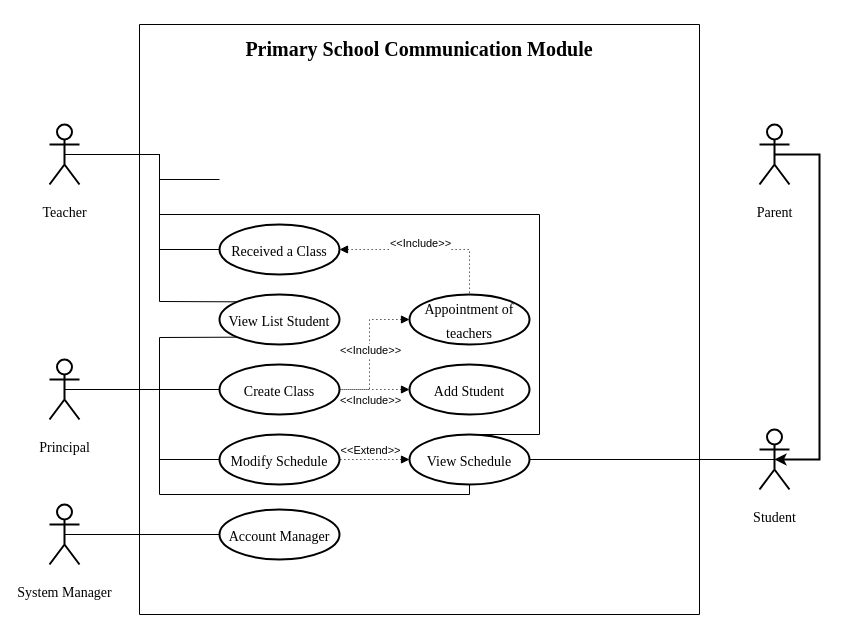
Earlier version of the draw.io diagram public/UseCase.drawio (it-TranKhaiHoang/soa-final-project). Source tidied: cells renumbered, new cells numbered last; positions are measured from the earlier drawing's top-left corner, leaving out a move shared by most shapes. Both pictures are drawn from the tidied source at 100%, with x=0, y=0 at pixel (49, 24).
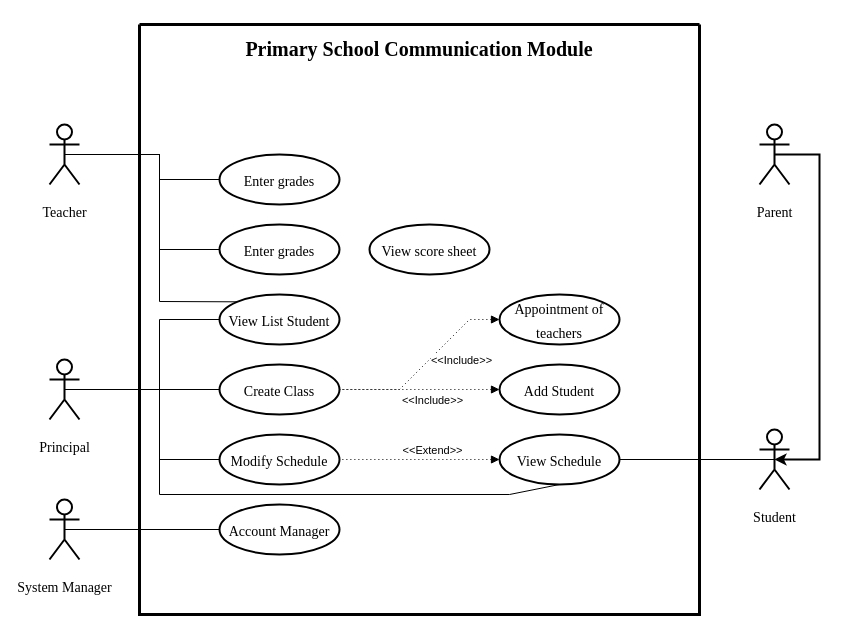
The same page after the edit.

Commit message:
Cập nhật UseCase.drawio

The change refers to these unchanged cells:
```xml
<mxCell id="5" value="&lt;font face=&quot;Times New Roman&quot;&gt;&lt;span style=&quot;font-size: 14px;&quot;&gt;Create Class&lt;/span&gt;&lt;/font&gt;" style="ellipse;whiteSpace=wrap;html=1;hachureGap=4;fontFamily=Architects Daughter;fontSize=20;shadow=0;strokeWidth=2;rounded=0;fillColor=none;" parent="2" vertex="1">
  <mxGeometry x="80" y="340" width="120" height="50" as="geometry" />
</mxCell>
<mxCell id="7" style="endArrow=none;dashed=1;html=1;dashPattern=1 3;strokeWidth=1;rounded=0;exitX=0;exitY=0.5;exitDx=0;exitDy=0;entryX=1;entryY=0.5;entryDx=0;entryDy=0;startArrow=block;startFill=1;" parent="2" edge="1" source="6" target="5">
  <mxGeometry relative="1" as="geometry" />
</mxCell>
<mxCell id="15" style="endArrow=none;dashed=1;html=1;dashPattern=1 3;strokeWidth=1;rounded=0;exitX=0;exitY=0.5;exitDx=0;exitDy=0;startArrow=block;startFill=1;entryX=1;entryY=0.5;entryDx=0;entryDy=0;" parent="2" edge="1" source="13" target="12">
  <mxGeometry relative="1" as="geometry" />
</mxCell>
<mxCell id="19" value="&lt;font face=&quot;Times New Roman&quot;&gt;&lt;span style=&quot;font-size: 14px;&quot;&gt;View List Student&lt;/span&gt;&lt;/font&gt;" style="ellipse;whiteSpace=wrap;html=1;hachureGap=4;fontFamily=Architects Daughter;fontSize=20;shadow=0;strokeWidth=2;rounded=0;fillColor=none;" parent="2" vertex="1">
  <mxGeometry x="80" y="270" width="120" height="50" as="geometry" />
</mxCell>
<mxCell id="20" value="&lt;p style=&quot;line-height: 0%;&quot;&gt;&lt;font style=&quot;font-size: 14px;&quot; face=&quot;Times New Roman&quot;&gt;Teacher&lt;/font&gt;&lt;/p&gt;" style="shape=umlActor;verticalLabelPosition=bottom;verticalAlign=top;html=1;outlineConnect=0;hachureGap=4;fontFamily=Architects Daughter;fontSize=20;strokeWidth=2;rounded=0;" parent="1" vertex="1">
  <mxGeometry y="100" width="30" height="60" as="geometry" />
</mxCell>
<mxCell id="24" value="&lt;p style=&quot;line-height: 0%;&quot;&gt;&lt;font style=&quot;font-size: 14px;&quot; face=&quot;Times New Roman&quot;&gt;Principal&lt;/font&gt;&lt;br&gt;&lt;/p&gt;" style="shape=umlActor;verticalLabelPosition=bottom;verticalAlign=top;html=1;outlineConnect=0;hachureGap=4;fontFamily=Architects Daughter;fontSize=20;strokeWidth=2;rounded=0;gradientColor=none;perimeterSpacing=0;" parent="1" vertex="1">
  <mxGeometry y="335" width="30" height="60" as="geometry" />
</mxCell>
```

The edit, as a diff of the source:
```diff
@@
-    <mxCell id="2" style="swimlane;startSize=0;hachureGap=4;fontFamily=Architects Daughter;fontSize=20;rounded=0;swimlaneLine=0;" parent="1" vertex="1">
+    <mxCell id="2" style="swimlane;startSize=0;hachureGap=4;fontFamily=Architects Daughter;fontSize=20;rounded=0;swimlaneLine=0;strokeWidth=3;" parent="1" vertex="1">
       <mxGeometry x="90" width="560" height="590" as="geometry" />
     </mxCell>
     <mxCell id="3" value="&lt;font face=&quot;Times New Roman&quot;&gt;&lt;span style=&quot;font-size: 14px;&quot;&gt;Account Manager&lt;/span&gt;&lt;/font&gt;" style="ellipse;whiteSpace=wrap;html=1;hachureGap=4;fontFamily=Architects Daughter;fontSize=20;shadow=0;strokeWidth=2;rounded=0;fillColor=none;" parent="2" vertex="1">
-      <mxGeometry x="80" y="485" width="120" height="50" as="geometry" />
+      <mxGeometry x="80" y="480" width="120" height="50" as="geometry" />
     </mxCell>
@@
     <mxCell id="6" value="&lt;font face=&quot;Times New Roman&quot;&gt;&lt;span style=&quot;font-size: 14px;&quot;&gt;Add Student&lt;/span&gt;&lt;/font&gt;" style="ellipse;whiteSpace=wrap;html=1;hachureGap=4;fontFamily=Architects Daughter;fontSize=20;shadow=0;strokeWidth=2;rounded=0;fillColor=none;" parent="2" vertex="1">
-      <mxGeometry x="270" y="340" width="120" height="50" as="geometry" />
+      <mxGeometry x="360" y="340" width="120" height="50" as="geometry" />
     </mxCell>
@@
-    <mxCell id="8" value="&amp;lt;&amp;lt;Include&amp;gt;&amp;gt;" style="edgeLabel;html=1;align=center;verticalAlign=middle;" parent="7" vertex="1">
+    <mxCell id="8" value="&amp;lt;&amp;lt;Include&amp;gt;&amp;gt;" style="edgeLabel;html=1;align=center;verticalAlign=middle;rounded=0;" parent="7" vertex="1">
       <mxGeometry x="-0.37" y="-1" relative="1" as="geometry">
         <mxPoint x="-18" y="11" as="offset" />
       </mxGeometry>
     </mxCell>
     <mxCell id="9" value="&lt;font face=&quot;Times New Roman&quot; style=&quot;font-size: 14px;&quot;&gt;Appointment of teachers&lt;/font&gt;" style="ellipse;whiteSpace=wrap;html=1;hachureGap=4;fontFamily=Architects Daughter;fontSize=20;shadow=0;strokeWidth=2;rounded=0;fillColor=none;" parent="2" vertex="1">
-      <mxGeometry x="270" y="270" width="120" height="50" as="geometry" />
+      <mxGeometry x="360" y="270" width="120" height="50" as="geometry" />
     </mxCell>
     <mxCell id="10" style="endArrow=none;dashed=1;html=1;dashPattern=1 3;strokeWidth=1;rounded=0;exitX=0;exitY=0.5;exitDx=0;exitDy=0;entryX=1;entryY=0.5;entryDx=0;entryDy=0;startArrow=block;startFill=1;" parent="2" edge="1" source="9" target="5">
       <mxGeometry relative="1" as="geometry">
         <Array as="points">
-          <mxPoint x="230" y="295" />
-          <mxPoint x="230" y="365" />
+          <mxPoint x="330" y="295" />
+          <mxPoint x="260" y="365" />
         </Array>
       </mxGeometry>
     </mxCell>
-    <mxCell id="11" value="&amp;lt;&amp;lt;Include&amp;gt;&amp;gt;" style="edgeLabel;html=1;align=center;verticalAlign=middle;" parent="10" vertex="1">
+    <mxCell id="11" value="&amp;lt;&amp;lt;Include&amp;gt;&amp;gt;" style="edgeLabel;html=1;align=center;verticalAlign=middle;rounded=0;" parent="10" vertex="1">
       <mxGeometry x="-0.37" y="-1" relative="1" as="geometry">
-        <mxPoint x="1" y="26" as="offset" />
+        <mxPoint x="13" y="20" as="offset" />
       </mxGeometry>
     </mxCell>
@@
     <mxCell id="13" value="&lt;font style=&quot;font-size: 14px;&quot; face=&quot;Times New Roman&quot;&gt;View Schedule&lt;/font&gt;" style="ellipse;whiteSpace=wrap;html=1;hachureGap=4;fontFamily=Architects Daughter;fontSize=20;shadow=0;strokeWidth=2;rounded=0;fillColor=none;align=center;" parent="2" vertex="1">
-      <mxGeometry x="270" y="410" width="120" height="50" as="geometry" />
+      <mxGeometry x="360" y="410" width="120" height="50" as="geometry" />
     </mxCell>
-    <mxCell id="14" value="&lt;font style=&quot;font-size: 14px;&quot; face=&quot;Times New Roman&quot;&gt;Received a Class&lt;/font&gt;" style="ellipse;whiteSpace=wrap;html=1;hachureGap=4;fontFamily=Architects Daughter;fontSize=20;shadow=0;strokeWidth=2;rounded=0;fillColor=none;align=center;" parent="2" vertex="1">
+    <mxCell id="14" value="&lt;font style=&quot;font-size: 14px;&quot; face=&quot;Times New Roman&quot;&gt;Enter grades&lt;/font&gt;" style="ellipse;whiteSpace=wrap;html=1;hachureGap=4;fontFamily=Architects Daughter;fontSize=20;shadow=0;strokeWidth=2;rounded=0;fillColor=none;align=center;" parent="2" vertex="1">
       <mxGeometry x="80" y="200" width="120" height="50" as="geometry" />
     </mxCell>
@@
-    <mxCell id="16" value="&amp;lt;&amp;lt;Extend&amp;gt;&amp;gt;" style="edgeLabel;html=1;align=center;verticalAlign=middle;" parent="15" vertex="1">
+    <mxCell id="16" value="&amp;lt;&amp;lt;Extend&amp;gt;&amp;gt;" style="edgeLabel;html=1;align=center;verticalAlign=middle;rounded=0;" parent="15" vertex="1">
       <mxGeometry x="-0.37" y="-1" relative="1" as="geometry">
         <mxPoint x="-18" y="-9" as="offset" />
       </mxGeometry>
     </mxCell>
-    <mxCell id="17" style="endArrow=none;dashed=1;html=1;dashPattern=1 3;strokeWidth=1;rounded=0;exitX=1;exitY=0.5;exitDx=0;exitDy=0;entryX=0.5;entryY=0;entryDx=0;entryDy=0;startArrow=block;startFill=1;" parent="2" edge="1" source="14" target="9">
-      <mxGeometry relative="1" as="geometry">
-        <Array as="points">
-          <mxPoint x="330" y="225" />
-        </Array>
-      </mxGeometry>
-    </mxCell>
-    <mxCell id="18" value="&amp;lt;&amp;lt;Include&amp;gt;&amp;gt;" style="edgeLabel;html=1;align=center;verticalAlign=middle;" parent="17" vertex="1">
-      <mxGeometry x="-0.37" y="-1" relative="1" as="geometry">
-        <mxPoint x="25" y="-8" as="offset" />
-      </mxGeometry>
-    </mxCell>
@@
+    <mxCell id="36" value="&lt;font style=&quot;font-size: 14px;&quot; face=&quot;Times New Roman&quot;&gt;View score sheet&lt;/font&gt;" style="ellipse;whiteSpace=wrap;html=1;hachureGap=4;fontFamily=Architects Daughter;fontSize=20;shadow=0;strokeWidth=2;rounded=0;fillColor=none;align=center;" parent="2" vertex="1">
+      <mxGeometry x="230" y="200" width="120" height="50" as="geometry" />
+    </mxCell>
+    <mxCell id="37" value="&lt;font style=&quot;font-size: 14px;&quot; face=&quot;Times New Roman&quot;&gt;Enter grades&lt;/font&gt;" style="ellipse;whiteSpace=wrap;html=1;hachureGap=4;fontFamily=Architects Daughter;fontSize=20;shadow=0;strokeWidth=2;rounded=0;fillColor=none;align=center;" parent="2" vertex="1">
+      <mxGeometry x="80" y="130" width="120" height="50" as="geometry" />
+    </mxCell>
@@
     <mxCell id="23" value="&lt;p style=&quot;line-height: 0%;&quot;&gt;&lt;font style=&quot;font-size: 14px;&quot; face=&quot;Times New Roman&quot;&gt;System Manager&lt;/font&gt;&lt;/p&gt;" style="shape=umlActor;verticalLabelPosition=bottom;verticalAlign=top;html=1;outlineConnect=0;hachureGap=4;fontFamily=Architects Daughter;fontSize=20;strokeWidth=2;rounded=0;" parent="1" vertex="1">
-      <mxGeometry y="480" width="30" height="60" as="geometry" />
+      <mxGeometry y="475" width="30" height="60" as="geometry" />
     </mxCell>
@@
     <mxCell id="31" style="endArrow=none;html=1;rounded=0;entryX=0.5;entryY=1;entryDx=0;entryDy=0;exitX=0.5;exitY=0.5;exitDx=0;exitDy=0;exitPerimeter=0;" parent="1" edge="1" source="24" target="13">
       <mxGeometry relative="1" as="geometry">
         <Array as="points">
           <mxPoint x="110" y="365" />
           <mxPoint x="110" y="470" />
-          <mxPoint x="420" y="470" />
+          <mxPoint x="460" y="470" />
         </Array>
       </mxGeometry>
     </mxCell>
-    <mxCell id="32" style="endArrow=none;html=1;rounded=0;entryX=0.5;entryY=0;entryDx=0;entryDy=0;exitX=0.5;exitY=0.5;exitDx=0;exitDy=0;exitPerimeter=0;" parent="1" edge="1" source="20" target="13">
-      <mxGeometry relative="1" as="geometry">
-        <Array as="points">
-          <mxPoint x="110" y="130" />
-          <mxPoint x="110" y="190" />
-          <mxPoint x="490" y="190" />
-          <mxPoint x="490" y="410" />
-        </Array>
-      </mxGeometry>
-    </mxCell>
-    <mxCell id="33" style="endArrow=none;html=1;rounded=0;exitX=0.5;exitY=0.5;exitDx=0;exitDy=0;exitPerimeter=0;entryX=0;entryY=0.5;entryDx=0;entryDy=0;" parent="1" edge="1" source="20">
+    <mxCell id="33" style="endArrow=none;html=1;rounded=0;exitX=0.5;exitY=0.5;exitDx=0;exitDy=0;exitPerimeter=0;entryX=0;entryY=0.5;entryDx=0;entryDy=0;" parent="1" edge="1" source="20" target="37">
       <mxGeometry relative="1" as="geometry">
-        <mxPoint x="170" y="155" as="targetPoint" />
         <Array as="points">
           <mxPoint x="110" y="130" />
           <mxPoint x="110" y="155" />
         </Array>
       </mxGeometry>
     </mxCell>
-    <mxCell id="34" style="endArrow=none;html=1;rounded=0;entryX=0;entryY=1;entryDx=0;entryDy=0;exitX=0.5;exitY=0.5;exitDx=0;exitDy=0;exitPerimeter=0;" parent="1" edge="1" source="24" target="19">
+    <mxCell id="34" style="endArrow=none;html=1;rounded=0;entryX=0;entryY=0.5;entryDx=0;entryDy=0;exitX=0.5;exitY=0.5;exitDx=0;exitDy=0;exitPerimeter=0;" parent="1" edge="1" source="24" target="19">
       <mxGeometry relative="1" as="geometry">
         <Array as="points">
           <mxPoint x="110" y="365" />
-          <mxPoint x="110" y="313" />
+          <mxPoint x="110" y="295" />
         </Array>
       </mxGeometry>
     </mxCell>
```
